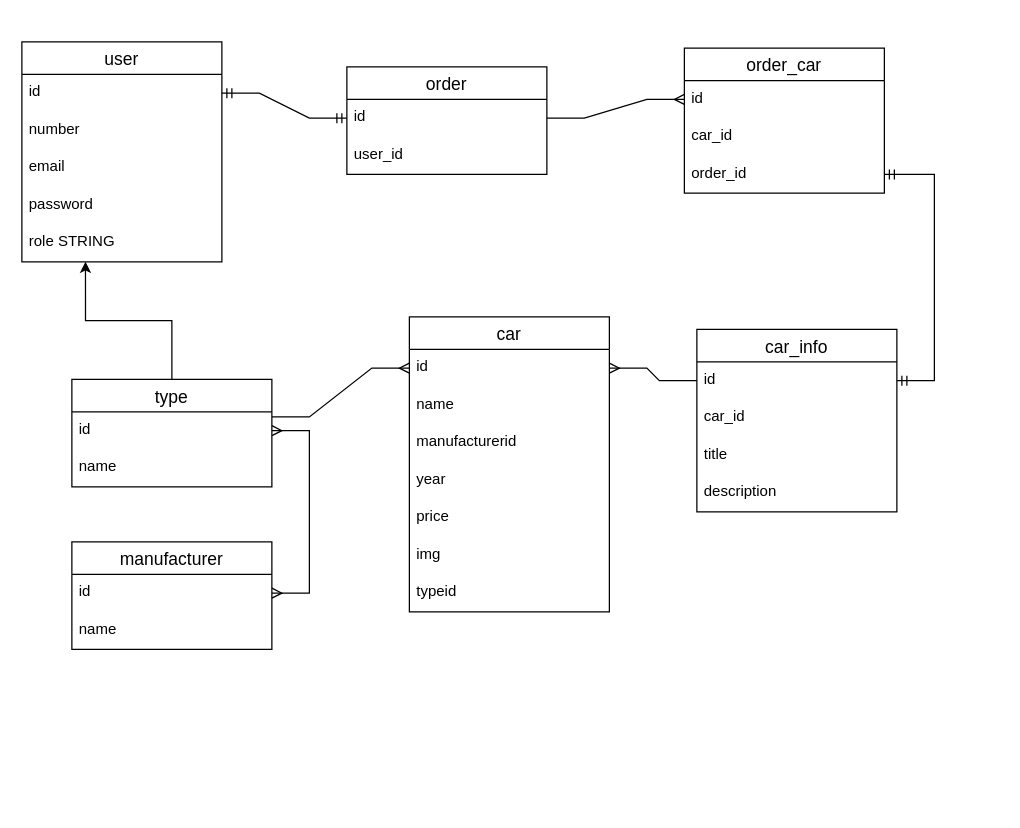
graandeamore/jadeauto keeps this draw.io diagram as Untitled Diagram.drawio. Above is the earlier version. Source tidied: cells renumbered, new cells numbered last; positions are measured from the earlier drawing's top-left corner, leaving out a move shared by most shapes. Both pictures are drawn from the tidied source at 125%, with x=0, y=0 at pixel (21, 41).
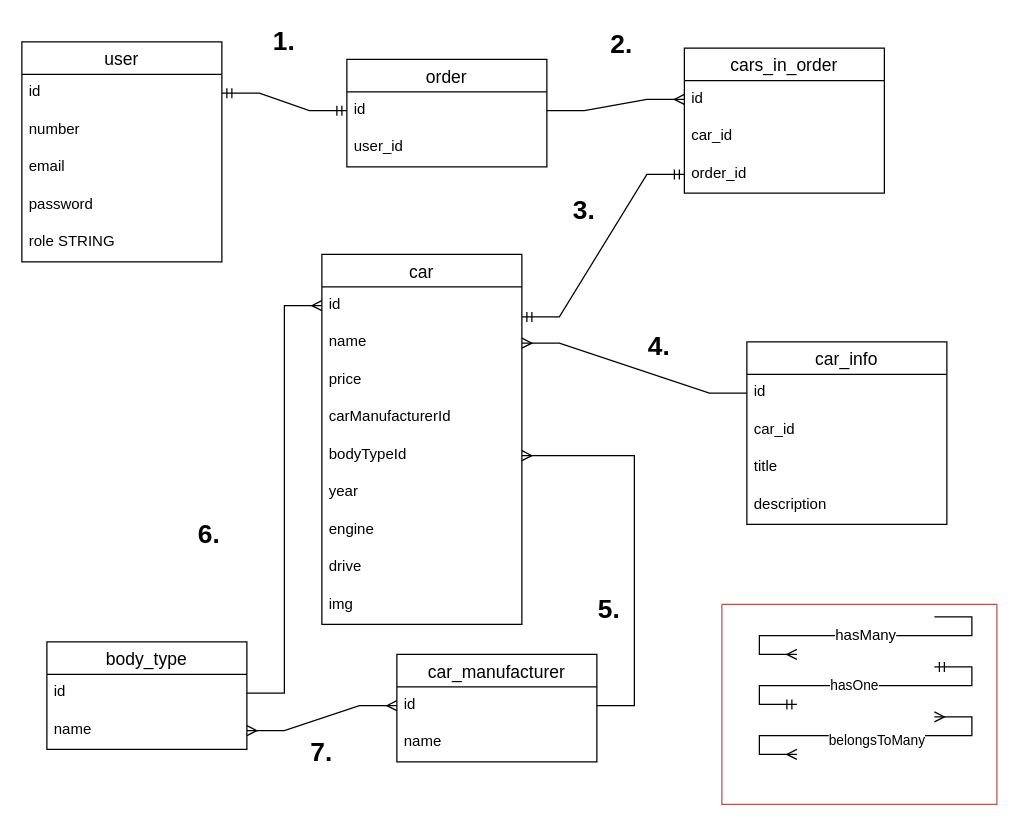
Above is the later version.

The change refers to these unchanged cells:
```xml
<mxCell id="7" value="role STRING" style="text;strokeColor=none;fillColor=none;spacingLeft=4;spacingRight=4;overflow=hidden;points=[[0,0.5],[1,0.5]];portConstraint=eastwest;fontSize=12;" parent="2" vertex="1">
  <mxGeometry y="146" width="160" height="30" as="geometry" />
</mxCell>
<mxCell id="12" value="id" style="text;strokeColor=none;fillColor=none;spacingLeft=4;spacingRight=4;overflow=hidden;points=[[0,0.5],[1,0.5]];portConstraint=eastwest;fontSize=12;" parent="11" vertex="1">
  <mxGeometry y="26" width="160" height="30" as="geometry" />
</mxCell>
<mxCell id="13" value="name" style="text;strokeColor=none;fillColor=none;spacingLeft=4;spacingRight=4;overflow=hidden;points=[[0,0.5],[1,0.5]];portConstraint=eastwest;fontSize=12;" parent="11" vertex="1">
  <mxGeometry y="56" width="160" height="30" as="geometry" />
</mxCell>
<mxCell id="21" value="id" style="text;strokeColor=none;fillColor=none;spacingLeft=4;spacingRight=4;overflow=hidden;points=[[0,0.5],[1,0.5]];portConstraint=eastwest;fontSize=12;" parent="20" vertex="1">
  <mxGeometry y="26" width="160" height="30" as="geometry" />
</mxCell>
<mxCell id="22" value="name" style="text;strokeColor=none;fillColor=none;spacingLeft=4;spacingRight=4;overflow=hidden;points=[[0,0.5],[1,0.5]];portConstraint=eastwest;fontSize=12;" parent="20" vertex="1">
  <mxGeometry y="56" width="160" height="30" as="geometry" />
</mxCell>
<mxCell id="24" value="id" style="text;strokeColor=none;fillColor=none;spacingLeft=4;spacingRight=4;overflow=hidden;points=[[0,0.5],[1,0.5]];portConstraint=eastwest;fontSize=12;" parent="23" vertex="1">
  <mxGeometry y="26" width="160" height="30" as="geometry" />
</mxCell>
<mxCell id="27" value="id" style="text;strokeColor=none;fillColor=none;spacingLeft=4;spacingRight=4;overflow=hidden;points=[[0,0.5],[1,0.5]];portConstraint=eastwest;fontSize=12;" parent="26" vertex="1">
  <mxGeometry y="26" width="160" height="30" as="geometry" />
</mxCell>
<mxCell id="37" value="order_id&#10;" style="text;strokeColor=none;fillColor=none;spacingLeft=4;spacingRight=4;overflow=hidden;points=[[0,0.5],[1,0.5]];portConstraint=eastwest;fontSize=12;" parent="34" vertex="1">
  <mxGeometry y="86" width="160" height="30" as="geometry" />
</mxCell>
```

Change to the diagram source:
```diff
@@
     <mxCell id="8" value="order" style="swimlane;fontStyle=0;horizontal=1;startSize=26;align=center;fontSize=14;" parent="1" vertex="1">
-      <mxGeometry x="260" y="20" width="160" height="86" as="geometry" />
+      <mxGeometry x="260" y="14" width="160" height="86" as="geometry" />
     </mxCell>
@@
     <mxCell id="11" value="car" style="swimlane;fontStyle=0;horizontal=1;startSize=26;align=center;fontSize=14;" parent="1" vertex="1">
-      <mxGeometry x="310" y="220" width="160" height="236" as="geometry" />
+      <mxGeometry x="240" y="170" width="160" height="296" as="geometry" />
     </mxCell>
@@
+    <mxCell id="15" value="price" style="text;strokeColor=none;fillColor=none;spacingLeft=4;spacingRight=4;overflow=hidden;fontSize=12;" parent="11" vertex="1">
+      <mxGeometry y="86" width="160" height="30" as="geometry" />
+    </mxCell>
-    <mxCell id="14" value="manufacturerid" style="text;strokeColor=none;fillColor=none;spacingLeft=4;spacingRight=4;overflow=hidden;fontSize=12;" parent="11" vertex="1">
-      <mxGeometry y="86" width="160" height="30" as="geometry" />
+    <mxCell id="14" value="carManufacturerId" style="text;strokeColor=none;fillColor=none;spacingLeft=4;spacingRight=4;overflow=hidden;fontSize=12;" parent="11" vertex="1">
+      <mxGeometry y="116" width="160" height="30" as="geometry" />
     </mxCell>
-    <mxCell id="15" value="year" style="text;strokeColor=none;fillColor=none;spacingLeft=4;spacingRight=4;overflow=hidden;fontSize=12;" parent="11" vertex="1">
-      <mxGeometry y="116" width="160" height="30" as="geometry" />
-    </mxCell>
+    <mxCell id="18" value="bodyTypeId" style="text;strokeColor=none;fillColor=none;spacingLeft=4;spacingRight=4;overflow=hidden;points=[[0,0.5],[1,0.5]];portConstraint=eastwest;fontSize=12;" parent="11" vertex="1">
+      <mxGeometry y="146" width="160" height="30" as="geometry" />
+    </mxCell>
-    <mxCell id="16" value="price" style="text;strokeColor=none;fillColor=none;spacingLeft=4;spacingRight=4;overflow=hidden;fontSize=12;" parent="11" vertex="1">
-      <mxGeometry y="146" width="160" height="30" as="geometry" />
+    <mxCell id="16" value="year" style="text;strokeColor=none;fillColor=none;spacingLeft=4;spacingRight=4;overflow=hidden;fontSize=12;" parent="11" vertex="1">
+      <mxGeometry y="176" width="160" height="30" as="geometry" />
     </mxCell>
-    <mxCell id="17" value="img" style="text;strokeColor=none;fillColor=none;spacingLeft=4;spacingRight=4;overflow=hidden;fontSize=12;" parent="11" vertex="1">
-      <mxGeometry y="176" width="160" height="30" as="geometry" />
+    <mxCell id="17" value="engine" style="text;strokeColor=none;fillColor=none;spacingLeft=4;spacingRight=4;overflow=hidden;fontSize=12;" parent="11" vertex="1">
+      <mxGeometry y="206" width="160" height="30" as="geometry" />
     </mxCell>
-    <mxCell id="18" value="typeid" style="text;strokeColor=none;fillColor=none;spacingLeft=4;spacingRight=4;overflow=hidden;points=[[0,0.5],[1,0.5]];portConstraint=eastwest;fontSize=12;" parent="11" vertex="1">
-      <mxGeometry y="206" width="160" height="30" as="geometry" />
-    </mxCell>
-    <mxCell id="19" style="edgeStyle=orthogonalEdgeStyle;rounded=0;jettySize=auto;html=1;entryX=0.318;entryY=0.994;entryDx=0;entryDy=0;entryPerimeter=0;" parent="1" edge="1" source="20" target="7">
-      <mxGeometry relative="1" as="geometry" />
-    </mxCell>
+    <mxCell id="41" value="drive" style="text;strokeColor=none;fillColor=none;spacingLeft=4;spacingRight=4;overflow=hidden;fontSize=12;" parent="11" vertex="1">
+      <mxGeometry y="236" width="160" height="30" as="geometry" />
+    </mxCell>
+    <mxCell id="42" value="img" style="text;strokeColor=none;fillColor=none;spacingLeft=4;spacingRight=4;overflow=hidden;fontSize=12;" parent="11" vertex="1">
+      <mxGeometry y="266" width="160" height="30" as="geometry" />
+    </mxCell>
-    <mxCell id="20" value="type" style="swimlane;fontStyle=0;horizontal=1;startSize=26;align=center;fontSize=14;" parent="1" vertex="1">
-      <mxGeometry x="40" y="270" width="160" height="86" as="geometry" />
+    <mxCell id="20" value="body_type" style="swimlane;fontStyle=0;horizontal=1;startSize=26;align=center;fontSize=14;" parent="1" vertex="1">
+      <mxGeometry x="20" y="480" width="160" height="86" as="geometry" />
     </mxCell>
@@
-    <mxCell id="23" value="manufacturer" style="swimlane;fontStyle=0;horizontal=1;startSize=26;align=center;fontSize=14;" parent="1" vertex="1">
-      <mxGeometry x="40" y="400" width="160" height="86" as="geometry" />
+    <mxCell id="23" value="car_manufacturer" style="swimlane;fontStyle=0;horizontal=1;startSize=26;align=center;fontSize=14;" parent="1" vertex="1">
+      <mxGeometry x="300" y="490" width="160" height="86" as="geometry" />
     </mxCell>
@@
     <mxCell id="26" value="car_info" style="swimlane;fontStyle=0;horizontal=1;startSize=26;align=center;fontSize=14;" parent="1" vertex="1">
-      <mxGeometry x="540" y="230" width="160" height="146" as="geometry" />
+      <mxGeometry x="580" y="240" width="160" height="146" as="geometry" />
     </mxCell>
@@
-    <mxCell id="32" style="edgeStyle=entityRelationEdgeStyle;fontSize=12;html=1;endArrow=ERmany;rounded=0;" parent="1" edge="1" target="12">
-      <mxGeometry relative="1" as="geometry">
-        <mxPoint x="200" y="300" as="sourcePoint" />
-      </mxGeometry>
+    <mxCell id="32" style="edgeStyle=entityRelationEdgeStyle;fontSize=12;html=1;endArrow=ERmany;rounded=0;exitX=1;exitY=0.5;exitDx=0;exitDy=0;" parent="1" edge="1" source="21" target="12">
+      <mxGeometry relative="1" as="geometry" />
     </mxCell>
-    <mxCell id="33" style="edgeStyle=entityRelationEdgeStyle;fontSize=12;html=1;endArrow=ERmany;rounded=0;" parent="1" edge="1" source="27" target="12">
+    <mxCell id="33" style="edgeStyle=entityRelationEdgeStyle;fontSize=12;html=1;endArrow=ERmany;rounded=0;entryX=1;entryY=0.5;entryDx=0;entryDy=0;" parent="1" edge="1" source="27" target="13">
       <mxGeometry relative="1" as="geometry" />
     </mxCell>
-    <mxCell id="34" value="order_car" style="swimlane;fontStyle=0;horizontal=1;startSize=26;align=center;fontSize=14;" parent="1" vertex="1">
+    <mxCell id="34" value="cars_in_order" style="swimlane;fontStyle=0;horizontal=1;startSize=26;align=center;fontSize=14;" parent="1" vertex="1">
       <mxGeometry x="530" y="5" width="160" height="116" as="geometry" />
     </mxCell>
@@
-    <mxCell id="39" style="edgeStyle=entityRelationEdgeStyle;fontSize=12;html=1;endArrow=ERmandOne;startArrow=ERmandOne;rounded=0;" parent="1" edge="1" source="37" target="27">
+    <mxCell id="39" style="edgeStyle=entityRelationEdgeStyle;fontSize=12;html=1;endArrow=ERmandOne;startArrow=ERmandOne;rounded=0;entryX=1;entryY=-0.2;entryDx=0;entryDy=0;entryPerimeter=0;" parent="1" edge="1" source="37" target="13">
       <mxGeometry relative="1" as="geometry" />
     </mxCell>
-    <mxCell id="40" style="edgeStyle=entityRelationEdgeStyle;fontSize=12;html=1;endArrow=ERmany;startArrow=ERmany;rounded=0;" parent="1" edge="1" source="24" target="21">
-      <mxGeometry relative="1" as="geometry" />
-    </mxCell>
+    <mxCell id="43" style="edgeStyle=entityRelationEdgeStyle;fontSize=12;html=1;endArrow=ERmany;rounded=0;" parent="1" edge="1" source="24" target="18">
+      <mxGeometry relative="1" as="geometry" />
+    </mxCell>
+    <mxCell id="44" style="edgeStyle=entityRelationEdgeStyle;fontSize=12;html=1;endArrow=ERmany;startArrow=ERmany;rounded=0;" parent="1" edge="1" source="24" target="22">
+      <mxGeometry relative="1" as="geometry" />
+    </mxCell>
+    <mxCell id="45" value="hasMany" style="edgeStyle=entityRelationEdgeStyle;fontSize=12;html=1;endArrow=ERmany;rounded=0;" parent="1" edge="1">
+      <mxGeometry relative="1" as="geometry">
+        <mxPoint x="730" y="460" as="sourcePoint" />
+        <mxPoint x="620" y="490" as="targetPoint" />
+      </mxGeometry>
+    </mxCell>
+    <mxCell id="46" style="edgeStyle=entityRelationEdgeStyle;fontSize=12;html=1;endArrow=ERmany;startArrow=ERmany;rounded=0;" parent="1" edge="1">
+      <mxGeometry relative="1" as="geometry">
+        <mxPoint x="730" y="540" as="sourcePoint" />
+        <mxPoint x="620" y="570" as="targetPoint" />
+      </mxGeometry>
+    </mxCell>
+    <mxCell id="47" value="belongsToMany" style="edgeLabel;html=1;align=center;verticalAlign=middle;" parent="46" vertex="1">
+      <mxGeometry x="-0.06" y="3" relative="1" as="geometry" />
+    </mxCell>
+    <mxCell id="48" style="edgeStyle=entityRelationEdgeStyle;fontSize=12;html=1;endArrow=ERmandOne;startArrow=ERmandOne;rounded=0;" parent="1" edge="1">
+      <mxGeometry relative="1" as="geometry">
+        <mxPoint x="730" y="500" as="sourcePoint" />
+        <mxPoint x="620" y="530" as="targetPoint" />
+      </mxGeometry>
+    </mxCell>
+    <mxCell id="49" value="hasOne" style="edgeLabel;html=1;align=center;verticalAlign=middle;" parent="48" vertex="1">
+      <mxGeometry x="0.08" y="-1" relative="1" as="geometry" />
+    </mxCell>
+    <mxCell id="50" style="endArrow=none;html=1;rounded=0;fillColor=#f8cecc;strokeColor=#b85450;" parent="1" edge="1">
+      <mxGeometry relative="1" as="geometry">
+        <mxPoint x="560" y="450" as="sourcePoint" />
+        <mxPoint x="560" y="450" as="targetPoint" />
+        <Array as="points">
+          <mxPoint x="780" y="450" />
+          <mxPoint x="780" y="610" />
+          <mxPoint x="560" y="610" />
+        </Array>
+      </mxGeometry>
+    </mxCell>
+    <mxCell id="51" value="1." style="text;html=1;strokeColor=none;fillColor=none;align=center;verticalAlign=middle;whiteSpace=wrap;rounded=0;fontStyle=1;fontSize=21;" parent="1" vertex="1">
+      <mxGeometry x="180" y="-16" width="60" height="30" as="geometry" />
+    </mxCell>
+    <mxCell id="52" value="2." style="text;html=1;strokeColor=none;fillColor=none;align=center;verticalAlign=middle;whiteSpace=wrap;rounded=0;fontStyle=1;fontSize=21;" parent="1" vertex="1">
+      <mxGeometry x="450" y="-12" width="60" height="26" as="geometry" />
+    </mxCell>
+    <mxCell id="53" value="3." style="text;html=1;strokeColor=none;fillColor=none;align=center;verticalAlign=middle;whiteSpace=wrap;rounded=0;fontStyle=1;fontSize=21;" parent="1" vertex="1">
+      <mxGeometry x="420" y="121" width="60" height="26" as="geometry" />
+    </mxCell>
+    <mxCell id="54" value="4." style="text;html=1;strokeColor=none;fillColor=none;align=center;verticalAlign=middle;whiteSpace=wrap;rounded=0;fontStyle=1;fontSize=21;" parent="1" vertex="1">
+      <mxGeometry x="480" y="230" width="60" height="26" as="geometry" />
+    </mxCell>
+    <mxCell id="55" value="5." style="text;html=1;strokeColor=none;fillColor=none;align=center;verticalAlign=middle;whiteSpace=wrap;rounded=0;fontStyle=1;fontSize=21;" parent="1" vertex="1">
+      <mxGeometry x="440" y="440" width="60" height="26" as="geometry" />
+    </mxCell>
+    <mxCell id="56" value="6." style="text;html=1;strokeColor=none;fillColor=none;align=center;verticalAlign=middle;whiteSpace=wrap;rounded=0;fontStyle=1;fontSize=21;" parent="1" vertex="1">
+      <mxGeometry x="120" y="380" width="60" height="26" as="geometry" />
+    </mxCell>
+    <mxCell id="57" value="7." style="text;html=1;strokeColor=none;fillColor=none;align=center;verticalAlign=middle;whiteSpace=wrap;rounded=0;fontStyle=1;fontSize=21;" parent="1" vertex="1">
+      <mxGeometry x="210" y="555" width="60" height="26" as="geometry" />
+    </mxCell>
```
